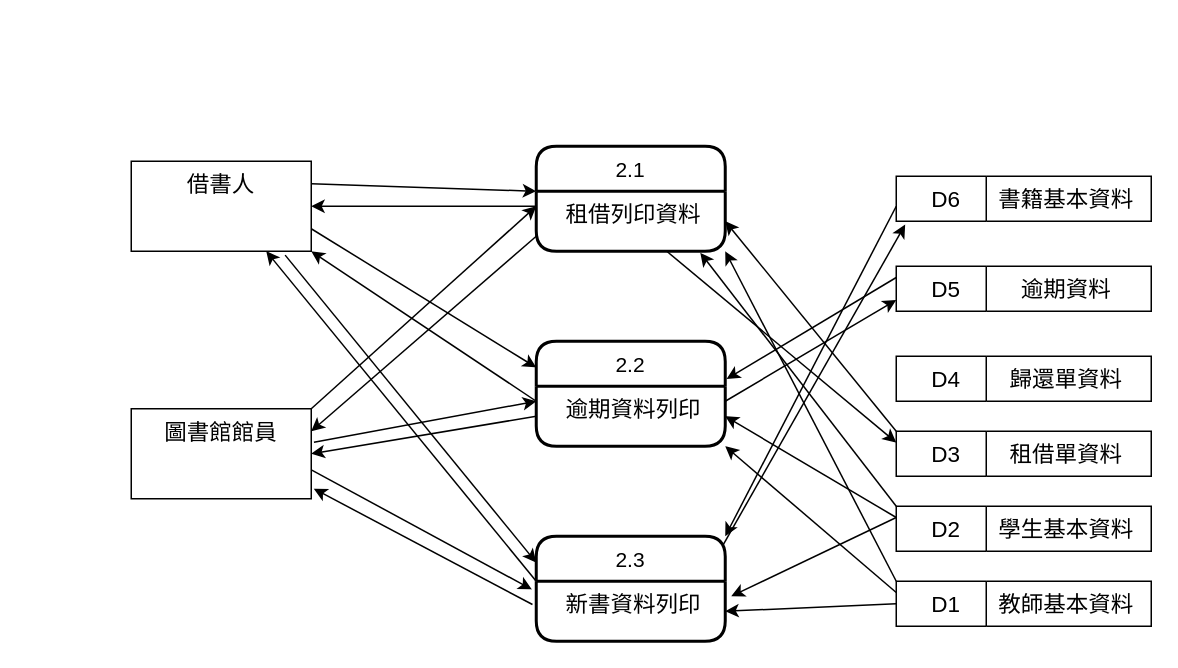
ching1120/20 keeps this draw.io diagram as Untitled Diagram.drawio. Above is the earlier version. Source tidied: cells renumbered, new cells numbered last; positions are measured from the earlier drawing's top-left corner, leaving out a move shared by most shapes. Both pictures are drawn from the tidied source at 150%, with x=0, y=0 at pixel (130, 146).
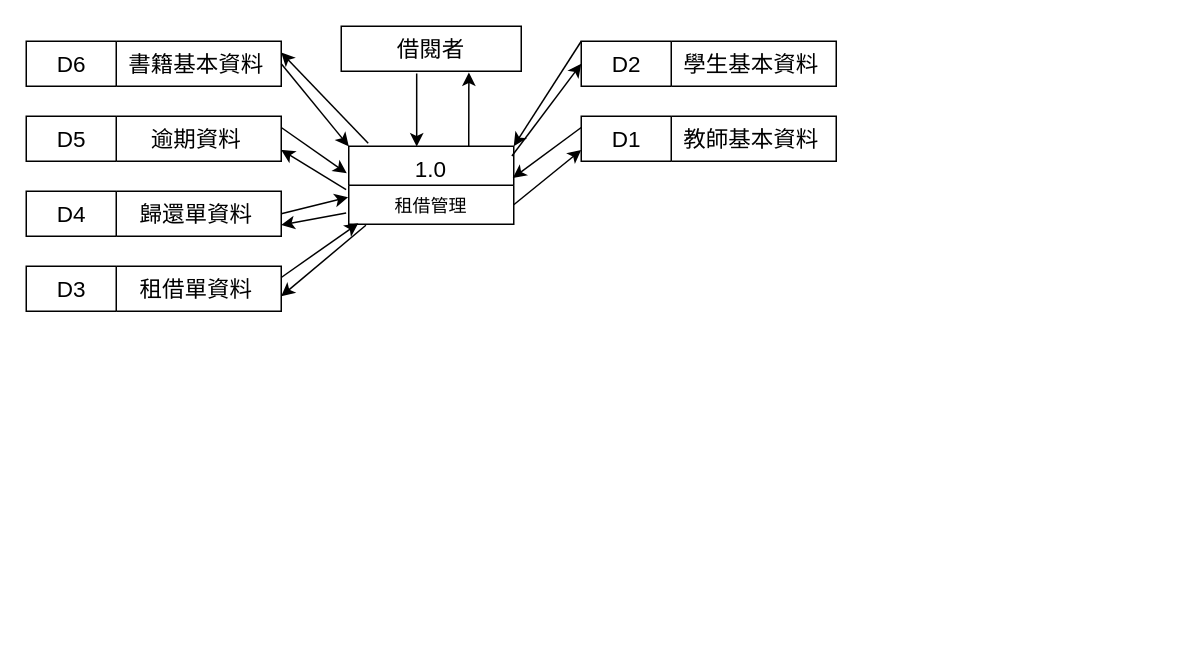
After the change.

The edit, as a diff of the source:
```diff
@@
-    <mxCell id="2" value="2.1" style="swimlane;horizontal=1;startSize=30;rounded=1;fontSize=14;fontStyle=0;strokeWidth=2;shadow=0;dashed=0;align=center;" parent="1" vertex="1">
-      <mxGeometry x="270" width="126" height="70" as="geometry" />
-    </mxCell>
-    <mxCell id="3" value="租借列印資料" style="align=center;strokeColor=none;fillColor=none;spacingLeft=4;fontSize=15;verticalAlign=top;" parent="2" vertex="1">
-      <mxGeometry y="30" width="126" height="40" as="geometry" />
-    </mxCell>
-    <mxCell id="4" value="2.2" style="swimlane;horizontal=1;startSize=30;rounded=1;fontSize=14;fontStyle=0;strokeWidth=2;shadow=0;dashed=0;align=center;" parent="1" vertex="1">
-      <mxGeometry x="270" y="130" width="126" height="70" as="geometry" />
-    </mxCell>
-    <mxCell id="5" value="逾期資料列印" style="align=center;strokeColor=none;fillColor=none;spacingLeft=4;fontSize=15;verticalAlign=top;" parent="4" vertex="1">
-      <mxGeometry y="30" width="126" height="40" as="geometry" />
-    </mxCell>
-    <mxCell id="6" value="2.3" style="swimlane;horizontal=1;startSize=30;rounded=1;fontSize=14;fontStyle=0;strokeWidth=2;shadow=0;dashed=0;align=center;" parent="1" vertex="1">
-      <mxGeometry x="270" y="260" width="126" height="70" as="geometry" />
-    </mxCell>
-    <mxCell id="7" value="新書資料列印" style="align=center;strokeColor=none;fillColor=none;spacingLeft=4;fontSize=15;verticalAlign=top;" parent="6" vertex="1">
-      <mxGeometry y="30" width="126" height="40" as="geometry" />
-    </mxCell>
     <mxCell id="8" style="swimlane;horizontal=0;fontSize=15;align=center;startSize=60;verticalAlign=middle;" parent="1" vertex="1">
-      <mxGeometry x="510" y="290" width="170" height="30" as="geometry" />
+      <mxGeometry x="300" y="-20" width="170" height="30" as="geometry" />
     </mxCell>
+    <mxCell id="10" value="教師基本資料" style="text;html=1;align=center;verticalAlign=middle;strokeColor=none;fontSize=15;" parent="8" vertex="1">
+      <mxGeometry x="58" y="5" width="110" height="20" as="geometry" />
+    </mxCell>
-    <mxCell id="9" value="D1" style="text;html=1;align=center;verticalAlign=middle;strokeColor=none;fontSize=15;" parent="8" vertex="1" collapsed="1">
-      <mxGeometry x="8" y="5" width="50" height="20" as="geometry" />
+    <mxCell id="9" value="D1" style="text;html=1;align=center;verticalAlign=middle;strokeColor=none;fontSize=15;" parent="8" vertex="1">
+      <mxGeometry x="15" y="5" width="30" height="20" as="geometry" />
     </mxCell>
-    <mxCell id="10" value="教師基本資料" style="text;html=1;align=center;verticalAlign=middle;strokeColor=none;fontSize=15;" parent="8" vertex="1">
-      <mxGeometry x="58" y="5" width="110" height="20" as="geometry" />
-    </mxCell>
     <mxCell id="11" style="swimlane;horizontal=0;fontSize=15;align=center;startSize=60;verticalAlign=middle;" parent="1" vertex="1">
-      <mxGeometry x="510" y="240" width="170" height="30" as="geometry" />
+      <mxGeometry x="300" y="-70" width="170" height="30" as="geometry" />
     </mxCell>
+    <mxCell id="13" value="學生基本資料" style="text;html=1;align=center;verticalAlign=middle;strokeColor=none;fontSize=15;" parent="11" vertex="1">
+      <mxGeometry x="58" y="5" width="110" height="20" as="geometry" />
+    </mxCell>
-    <mxCell id="12" value="D2" style="text;html=1;align=center;verticalAlign=middle;strokeColor=none;fontSize=15;" parent="11" vertex="1" collapsed="1">
-      <mxGeometry x="8" y="5" width="50" height="20" as="geometry" />
+    <mxCell id="12" value="D2" style="text;html=1;align=center;verticalAlign=middle;strokeColor=none;fontSize=15;" parent="11" vertex="1">
+      <mxGeometry x="15" y="5" width="30" height="20" as="geometry" />
     </mxCell>
-    <mxCell id="13" value="學生基本資料" style="text;html=1;align=center;verticalAlign=middle;strokeColor=none;fontSize=15;" parent="11" vertex="1">
-      <mxGeometry x="58" y="5" width="110" height="20" as="geometry" />
-    </mxCell>
     <mxCell id="14" style="swimlane;horizontal=0;fontSize=15;align=center;startSize=60;verticalAlign=middle;" parent="1" vertex="1">
-      <mxGeometry x="510" y="190" width="170" height="30" as="geometry" />
+      <mxGeometry x="-70" y="80" width="170" height="30" as="geometry" />
     </mxCell>
+    <mxCell id="16" value="租借單資料" style="text;html=1;align=center;verticalAlign=middle;strokeColor=none;fontSize=15;" parent="14" vertex="1">
+      <mxGeometry x="68" y="5" width="90" height="20" as="geometry" />
+    </mxCell>
-    <mxCell id="15" value="D3" style="text;html=1;align=center;verticalAlign=middle;strokeColor=none;fontSize=15;" parent="14" vertex="1" collapsed="1">
-      <mxGeometry x="8" y="5" width="50" height="20" as="geometry" />
+    <mxCell id="15" value="D3" style="text;html=1;align=center;verticalAlign=middle;strokeColor=none;fontSize=15;" parent="14" vertex="1">
+      <mxGeometry x="15" y="5" width="30" height="20" as="geometry" />
     </mxCell>
-    <mxCell id="16" value="租借單資料" style="text;html=1;align=center;verticalAlign=middle;strokeColor=none;fontSize=15;" parent="14" vertex="1">
-      <mxGeometry x="68" y="5" width="90" height="20" as="geometry" />
-    </mxCell>
     <mxCell id="17" style="swimlane;horizontal=0;fontSize=15;align=center;startSize=60;verticalAlign=middle;" parent="1" vertex="1">
-      <mxGeometry x="510" y="140" width="170" height="30" as="geometry" />
+      <mxGeometry x="-70" y="30" width="170" height="30" as="geometry" />
     </mxCell>
+    <mxCell id="19" value="歸還單資料" style="text;html=1;align=center;verticalAlign=middle;strokeColor=none;fontSize=15;" parent="17" vertex="1">
+      <mxGeometry x="68" y="5" width="90" height="20" as="geometry" />
+    </mxCell>
-    <mxCell id="18" value="D4" style="text;html=1;align=center;verticalAlign=middle;strokeColor=none;fontSize=15;" parent="17" vertex="1" collapsed="1">
-      <mxGeometry x="8" y="5" width="50" height="20" as="geometry" />
+    <mxCell id="18" value="D4" style="text;html=1;align=center;verticalAlign=middle;strokeColor=none;fontSize=15;" parent="17" vertex="1">
+      <mxGeometry x="15" y="5" width="30" height="20" as="geometry" />
     </mxCell>
-    <mxCell id="19" value="歸還單資料" style="text;html=1;align=center;verticalAlign=middle;strokeColor=none;fontSize=15;" parent="17" vertex="1">
-      <mxGeometry x="68" y="5" width="90" height="20" as="geometry" />
-    </mxCell>
     <mxCell id="20" style="swimlane;horizontal=0;fontSize=15;align=center;startSize=60;verticalAlign=middle;" parent="1" vertex="1">
-      <mxGeometry x="510" y="80" width="170" height="30" as="geometry" />
+      <mxGeometry x="-70" y="-20" width="170" height="30" as="geometry" />
     </mxCell>
+    <mxCell id="22" value="逾期資料" style="text;html=1;align=center;verticalAlign=middle;strokeColor=none;fontSize=15;" parent="20" vertex="1">
+      <mxGeometry x="73" y="5" width="80" height="20" as="geometry" />
+    </mxCell>
-    <mxCell id="21" value="D5" style="text;html=1;align=center;verticalAlign=middle;strokeColor=none;fontSize=15;" parent="20" vertex="1" collapsed="1">
-      <mxGeometry x="8" y="5" width="50" height="20" as="geometry" />
+    <mxCell id="21" value="D5" style="text;html=1;align=center;verticalAlign=middle;strokeColor=none;fontSize=15;" parent="20" vertex="1">
+      <mxGeometry x="15" y="5" width="30" height="20" as="geometry" />
     </mxCell>
-    <mxCell id="22" value="逾期資料" style="text;html=1;align=center;verticalAlign=middle;strokeColor=none;fontSize=15;" parent="20" vertex="1">
-      <mxGeometry x="73" y="5" width="80" height="20" as="geometry" />
-    </mxCell>
     <mxCell id="23" style="swimlane;horizontal=0;fontSize=15;align=center;startSize=60;verticalAlign=middle;" parent="1" vertex="1">
-      <mxGeometry x="510" y="20" width="170" height="30" as="geometry" />
+      <mxGeometry x="-70" y="-70" width="170" height="30" as="geometry" />
     </mxCell>
+    <mxCell id="25" value="書籍基本資料" style="text;html=1;align=center;verticalAlign=middle;strokeColor=none;fontSize=15;" parent="23" vertex="1">
+      <mxGeometry x="58" y="5" width="110" height="20" as="geometry" />
+    </mxCell>
-    <mxCell id="24" value="D6" style="text;html=1;align=center;verticalAlign=middle;strokeColor=none;fontSize=15;" parent="23" vertex="1" collapsed="1">
-      <mxGeometry x="8" y="5" width="50" height="20" as="geometry" />
+    <mxCell id="24" value="D6" style="text;html=1;align=center;verticalAlign=middle;strokeColor=none;fontSize=15;" parent="23" vertex="1">
+      <mxGeometry x="15" y="5" width="30" height="20" as="geometry" />
     </mxCell>
-    <mxCell id="25" value="書籍基本資料" style="text;html=1;align=center;verticalAlign=middle;strokeColor=none;fontSize=15;" parent="23" vertex="1">
-      <mxGeometry x="58" y="5" width="110" height="20" as="geometry" />
-    </mxCell>
-    <mxCell id="26" value="借書人" style="rounded=0;whiteSpace=wrap;html=1;fontSize=15;align=center;verticalAlign=top;" parent="1" vertex="1">
-      <mxGeometry y="10" width="120" height="60" as="geometry" />
-    </mxCell>
-    <mxCell id="27" value="圖書館館員" style="rounded=0;whiteSpace=wrap;html=1;fontSize=15;align=center;verticalAlign=top;" parent="1" vertex="1">
-      <mxGeometry y="175" width="120" height="60" as="geometry" />
-    </mxCell>
-    <mxCell id="28" style="endArrow=classic;html=1;fontSize=15;exitX=1;exitY=0.25;exitDx=0;exitDy=0;entryX=0;entryY=0;entryDx=0;entryDy=0;" parent="1" edge="1" source="26" target="3">
-      <mxGeometry relative="1" as="geometry" />
-    </mxCell>
-    <mxCell id="29" style="endArrow=classic;html=1;fontSize=15;exitX=0;exitY=0.25;exitDx=0;exitDy=0;entryX=1;entryY=0.5;entryDx=0;entryDy=0;" parent="1" edge="1" source="3" target="26">
-      <mxGeometry relative="1" as="geometry" />
-    </mxCell>
-    <mxCell id="30" style="endArrow=classic;html=1;fontSize=15;exitX=1;exitY=0.75;exitDx=0;exitDy=0;entryX=0;entryY=0.25;entryDx=0;entryDy=0;" parent="1" edge="1" source="26" target="4">
-      <mxGeometry relative="1" as="geometry" />
-    </mxCell>
-    <mxCell id="31" style="endArrow=classic;html=1;fontSize=15;exitX=0;exitY=0.25;exitDx=0;exitDy=0;entryX=1;entryY=1;entryDx=0;entryDy=0;" parent="1" edge="1" source="5" target="26">
-      <mxGeometry relative="1" as="geometry" />
-    </mxCell>
-    <mxCell id="32" style="endArrow=classic;html=1;fontSize=15;exitX=0.855;exitY=1.043;exitDx=0;exitDy=0;entryX=0;entryY=0.25;entryDx=0;entryDy=0;exitPerimeter=0;" parent="1" edge="1" source="26" target="6">
-      <mxGeometry relative="1" as="geometry" />
-    </mxCell>
-    <mxCell id="33" style="endArrow=classic;html=1;fontSize=15;exitX=0;exitY=0;exitDx=0;exitDy=0;entryX=0.75;entryY=1;entryDx=0;entryDy=0;" parent="1" edge="1" source="7" target="26">
-      <mxGeometry relative="1" as="geometry" />
-    </mxCell>
-    <mxCell id="34" style="endArrow=classic;html=1;fontSize=15;exitX=1;exitY=0;exitDx=0;exitDy=0;entryX=0;entryY=0.25;entryDx=0;entryDy=0;" parent="1" edge="1" source="27" target="3">
-      <mxGeometry relative="1" as="geometry" />
-    </mxCell>
-    <mxCell id="35" style="endArrow=classic;html=1;fontSize=15;exitX=0;exitY=0.75;exitDx=0;exitDy=0;entryX=1;entryY=0.25;entryDx=0;entryDy=0;" parent="1" edge="1" source="3" target="27">
-      <mxGeometry relative="1" as="geometry" />
-    </mxCell>
-    <mxCell id="36" style="endArrow=classic;html=1;fontSize=15;exitX=1.015;exitY=0.373;exitDx=0;exitDy=0;entryX=0;entryY=0.25;entryDx=0;entryDy=0;exitPerimeter=0;" parent="1" edge="1" source="27" target="5">
-      <mxGeometry relative="1" as="geometry" />
-    </mxCell>
-    <mxCell id="37" style="endArrow=classic;html=1;fontSize=15;exitX=0;exitY=0.5;exitDx=0;exitDy=0;entryX=1;entryY=0.5;entryDx=0;entryDy=0;" parent="1" edge="1" source="5" target="27">
-      <mxGeometry relative="1" as="geometry" />
-    </mxCell>
-    <mxCell id="38" style="endArrow=classic;html=1;fontSize=15;exitX=1.003;exitY=0.682;exitDx=0;exitDy=0;entryX=-0.023;entryY=0.136;entryDx=0;entryDy=0;exitPerimeter=0;entryPerimeter=0;" parent="1" edge="1" source="27" target="7">
-      <mxGeometry relative="1" as="geometry" />
-    </mxCell>
-    <mxCell id="39" style="endArrow=classic;html=1;fontSize=15;exitX=-0.02;exitY=0.388;exitDx=0;exitDy=0;entryX=1.014;entryY=0.888;entryDx=0;entryDy=0;exitPerimeter=0;entryPerimeter=0;" parent="1" edge="1" source="7" target="27">
-      <mxGeometry relative="1" as="geometry" />
-    </mxCell>
-    <mxCell id="40" style="endArrow=classic;html=1;fontSize=15;entryX=1;entryY=0;entryDx=0;entryDy=0;" parent="1" edge="1" target="6">
-      <mxGeometry relative="1" as="geometry">
-        <mxPoint x="510" y="40" as="sourcePoint" />
-      </mxGeometry>
-    </mxCell>
-    <mxCell id="41" style="endArrow=classic;html=1;fontSize=15;exitX=0.989;exitY=0.082;exitDx=0;exitDy=0;entryX=0.035;entryY=1.075;entryDx=0;entryDy=0;entryPerimeter=0;exitPerimeter=0;" parent="1" edge="1" source="6" target="23">
-      <mxGeometry relative="1" as="geometry" />
-    </mxCell>
-    <mxCell id="42" style="endArrow=classic;html=1;fontSize=15;exitX=0;exitY=0.25;exitDx=0;exitDy=0;entryX=1.007;entryY=0.359;entryDx=0;entryDy=0;entryPerimeter=0;" parent="1" edge="1" source="20" target="4">
-      <mxGeometry relative="1" as="geometry" />
-    </mxCell>
-    <mxCell id="43" style="endArrow=classic;html=1;fontSize=15;exitX=1;exitY=0.25;exitDx=0;exitDy=0;entryX=0;entryY=0.75;entryDx=0;entryDy=0;" parent="1" edge="1" source="5" target="20">
-      <mxGeometry relative="1" as="geometry" />
-    </mxCell>
-    <mxCell id="44" style="endArrow=classic;html=1;fontSize=15;exitX=0;exitY=0;exitDx=0;exitDy=0;entryX=1;entryY=0.5;entryDx=0;entryDy=0;" parent="1" edge="1" source="14" target="3">
-      <mxGeometry relative="1" as="geometry" />
-    </mxCell>
-    <mxCell id="45" style="endArrow=classic;html=1;fontSize=15;entryX=0;entryY=0.25;entryDx=0;entryDy=0;" parent="1" edge="1" source="3" target="14">
-      <mxGeometry relative="1" as="geometry" />
-    </mxCell>
-    <mxCell id="46" style="endArrow=classic;html=1;fontSize=15;exitX=0;exitY=0;exitDx=0;exitDy=0;entryX=0.868;entryY=1.025;entryDx=0;entryDy=0;entryPerimeter=0;" parent="1" edge="1" source="11" target="3">
-      <mxGeometry relative="1" as="geometry" />
-    </mxCell>
-    <mxCell id="47" style="endArrow=classic;html=1;fontSize=15;exitX=0;exitY=0.25;exitDx=0;exitDy=0;entryX=1;entryY=0.5;entryDx=0;entryDy=0;" parent="1" edge="1" source="11" target="5">
-      <mxGeometry relative="1" as="geometry" />
-    </mxCell>
-    <mxCell id="48" style="endArrow=classic;html=1;fontSize=15;exitX=0;exitY=0.25;exitDx=0;exitDy=0;" parent="1" edge="1" source="11">
-      <mxGeometry relative="1" as="geometry">
-        <mxPoint x="400" y="300" as="targetPoint" />
-      </mxGeometry>
-    </mxCell>
-    <mxCell id="49" style="endArrow=classic;html=1;fontSize=15;exitX=0;exitY=0;exitDx=0;exitDy=0;entryX=1;entryY=1;entryDx=0;entryDy=0;" parent="1" edge="1" source="8" target="3">
-      <mxGeometry relative="1" as="geometry" />
-    </mxCell>
-    <mxCell id="50" style="endArrow=classic;html=1;fontSize=15;exitX=0;exitY=0.25;exitDx=0;exitDy=0;entryX=1;entryY=1;entryDx=0;entryDy=0;" parent="1" edge="1" source="8" target="5">
-      <mxGeometry relative="1" as="geometry" />
-    </mxCell>
-    <mxCell id="51" style="endArrow=classic;html=1;fontSize=15;exitX=0;exitY=0.5;exitDx=0;exitDy=0;entryX=1;entryY=0.5;entryDx=0;entryDy=0;" parent="1" edge="1" source="8" target="7">
-      <mxGeometry relative="1" as="geometry" />
-    </mxCell>
+    <mxCell id="52" value="1.0" style="swimlane;fontStyle=0;horizontal=1;startSize=26;fontSize=15;align=center;verticalAlign=top;" parent="1" vertex="1">
+      <mxGeometry x="145" width="110" height="52" as="geometry" />
+    </mxCell>
+    <mxCell id="53" value="租借管理" style="text;strokeColor=none;fillColor=none;align=center;verticalAlign=top;spacingLeft=4;spacingRight=4;overflow=hidden;points=[[0,0.5],[1,0.5]];portConstraint=eastwest;" parent="52" vertex="1">
+      <mxGeometry y="26" width="110" height="26" as="geometry" />
+    </mxCell>
+    <mxCell id="54" value="借閱者" style="rounded=0;whiteSpace=wrap;html=1;fontSize=15;align=center;verticalAlign=top;" parent="1" vertex="1">
+      <mxGeometry x="140" y="-80" width="120" height="30" as="geometry" />
+    </mxCell>
+    <mxCell id="55" style="endArrow=classic;html=1;fontSize=15;exitX=0.419;exitY=1.051;exitDx=0;exitDy=0;exitPerimeter=0;entryX=0.412;entryY=0.003;entryDx=0;entryDy=0;entryPerimeter=0;" parent="1" edge="1" source="54" target="52">
+      <mxGeometry relative="1" as="geometry" />
+    </mxCell>
+    <mxCell id="56" style="endArrow=classic;html=1;fontSize=15;entryX=0.709;entryY=1.028;entryDx=0;entryDy=0;entryPerimeter=0;" parent="1" edge="1" target="54">
+      <mxGeometry relative="1" as="geometry">
+        <mxPoint x="225" as="sourcePoint" />
+      </mxGeometry>
+    </mxCell>
+    <mxCell id="57" style="endArrow=classic;html=1;fontSize=15;exitX=1;exitY=0.5;exitDx=0;exitDy=0;entryX=0;entryY=0;entryDx=0;entryDy=0;" parent="1" edge="1" source="23" target="52">
+      <mxGeometry relative="1" as="geometry" />
+    </mxCell>
+    <mxCell id="58" style="endArrow=classic;html=1;fontSize=15;entryX=1;entryY=0.25;entryDx=0;entryDy=0;exitX=0.118;exitY=-0.038;exitDx=0;exitDy=0;exitPerimeter=0;" parent="1" edge="1" source="52" target="23">
+      <mxGeometry relative="1" as="geometry" />
+    </mxCell>
+    <mxCell id="59" style="endArrow=classic;html=1;fontSize=15;exitX=1;exitY=0.25;exitDx=0;exitDy=0;entryX=-0.012;entryY=0.346;entryDx=0;entryDy=0;entryPerimeter=0;" parent="1" edge="1" source="20" target="52">
+      <mxGeometry relative="1" as="geometry" />
+    </mxCell>
+    <mxCell id="60" style="endArrow=classic;html=1;fontSize=15;entryX=1;entryY=0.75;entryDx=0;entryDy=0;exitX=-0.016;exitY=0.113;exitDx=0;exitDy=0;exitPerimeter=0;" parent="1" edge="1" source="53" target="20">
+      <mxGeometry relative="1" as="geometry" />
+    </mxCell>
+    <mxCell id="61" style="endArrow=classic;html=1;fontSize=15;exitX=1;exitY=0.5;exitDx=0;exitDy=0;entryX=-0.004;entryY=0.307;entryDx=0;entryDy=0;entryPerimeter=0;" parent="1" edge="1" source="17" target="53">
+      <mxGeometry relative="1" as="geometry" />
+    </mxCell>
+    <mxCell id="62" style="endArrow=classic;html=1;fontSize=15;entryX=1;entryY=0.75;entryDx=0;entryDy=0;exitX=-0.016;exitY=0.711;exitDx=0;exitDy=0;exitPerimeter=0;" parent="1" edge="1" source="53" target="17">
+      <mxGeometry relative="1" as="geometry" />
+    </mxCell>
+    <mxCell id="63" style="endArrow=classic;html=1;fontSize=15;exitX=1;exitY=0.25;exitDx=0;exitDy=0;entryX=0.058;entryY=0.975;entryDx=0;entryDy=0;entryPerimeter=0;" parent="1" edge="1" source="14" target="53">
+      <mxGeometry relative="1" as="geometry" />
+    </mxCell>
+    <mxCell id="64" style="endArrow=classic;html=1;fontSize=15;exitX=0.104;exitY=1.027;exitDx=0;exitDy=0;exitPerimeter=0;" parent="1" edge="1" source="53">
+      <mxGeometry relative="1" as="geometry">
+        <mxPoint x="100" y="100" as="targetPoint" />
+      </mxGeometry>
+    </mxCell>
+    <mxCell id="65" style="endArrow=classic;html=1;fontSize=15;exitX=0;exitY=0;exitDx=0;exitDy=0;entryX=1;entryY=0;entryDx=0;entryDy=0;" parent="1" edge="1" source="11" target="52">
+      <mxGeometry relative="1" as="geometry" />
+    </mxCell>
+    <mxCell id="66" style="endArrow=classic;html=1;fontSize=15;exitX=0.989;exitY=0.126;exitDx=0;exitDy=0;entryX=0;entryY=0.5;entryDx=0;entryDy=0;exitPerimeter=0;" parent="1" edge="1" source="52" target="11">
+      <mxGeometry relative="1" as="geometry" />
+    </mxCell>
+    <mxCell id="67" style="endArrow=classic;html=1;fontSize=15;exitX=0;exitY=0.25;exitDx=0;exitDy=0;entryX=0.994;entryY=0.407;entryDx=0;entryDy=0;entryPerimeter=0;" parent="1" edge="1" source="8" target="52">
+      <mxGeometry relative="1" as="geometry" />
+    </mxCell>
+    <mxCell id="68" style="endArrow=classic;html=1;fontSize=15;exitX=1;exitY=0.5;exitDx=0;exitDy=0;entryX=0;entryY=0.75;entryDx=0;entryDy=0;" parent="1" edge="1" source="53" target="8">
+      <mxGeometry relative="1" as="geometry" />
+    </mxCell>
```
